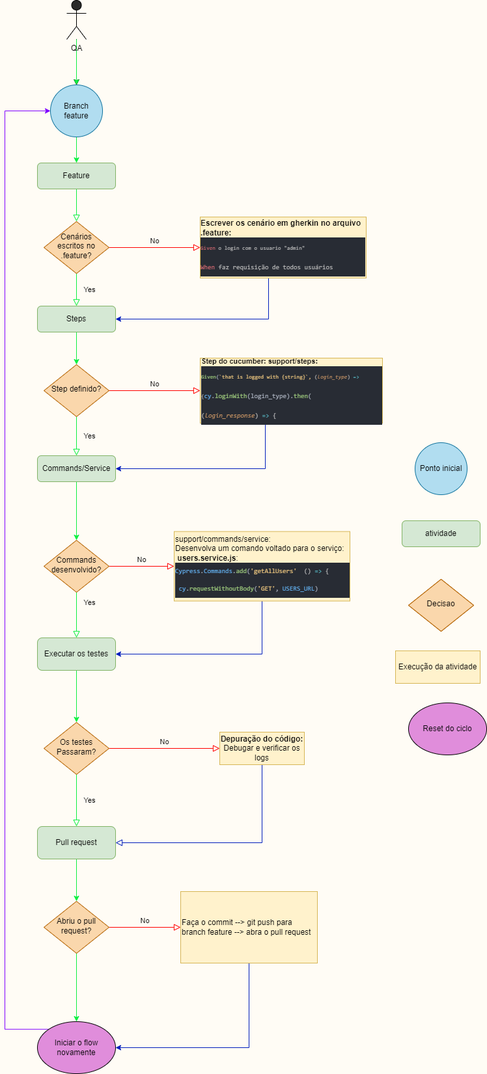
Above: flows/flow_backend.drawio.png in raphaelpalhano/cypress_backend (draw.io), before the change. Source tidied: cells renumbered, new cells last; positions are measured from the earlier drawing's top-left corner, leaving out a move shared by most shapes.
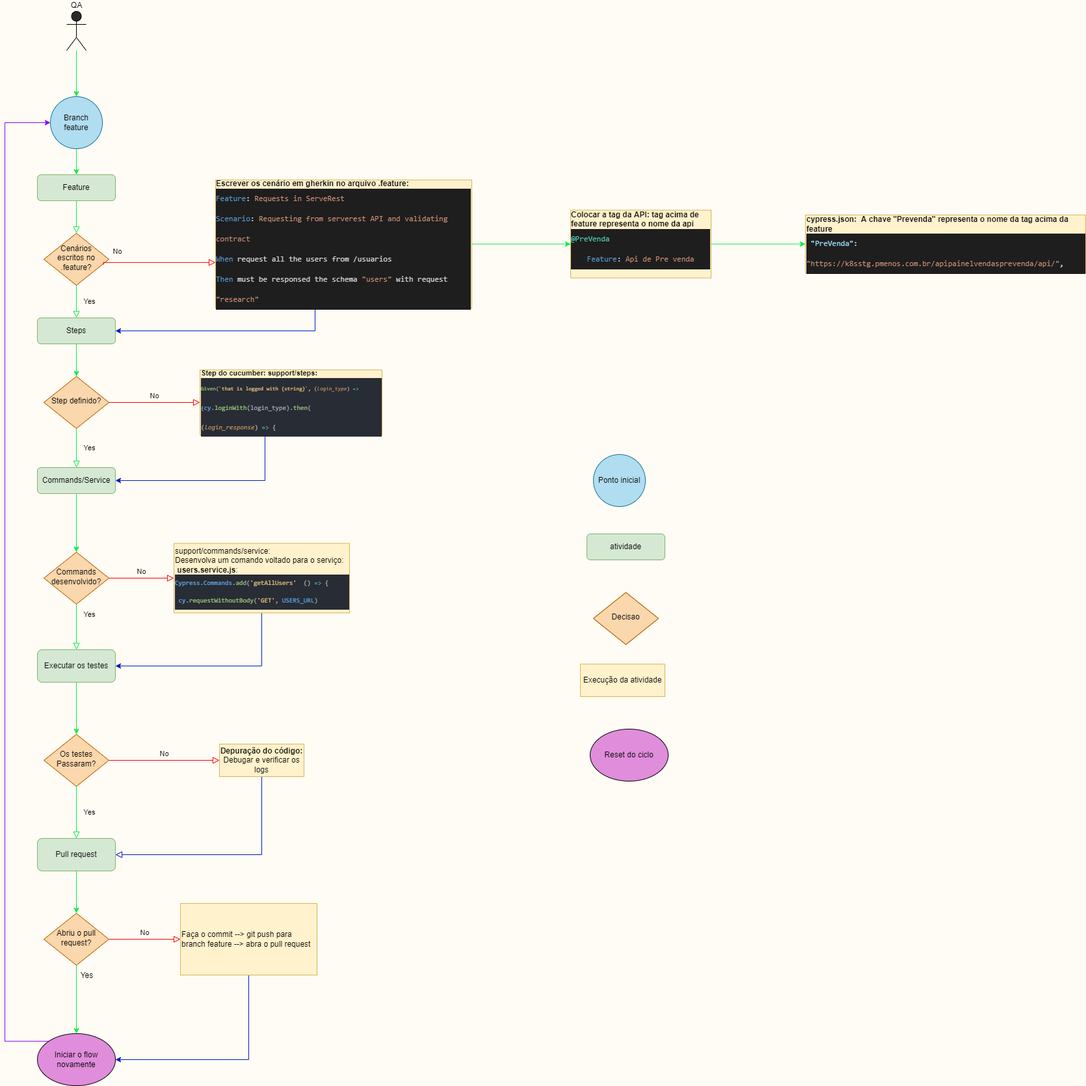
The same diagram one commit later.

Commit message:
atualizando flow

Diff of the diagram source:
```diff
@@ -11,9 +11,6 @@
     <mxCell id="4" value="Yes" style="rounded=0;html=1;jettySize=auto;fontSize=11;endArrow=block;endFill=0;endSize=8;strokeWidth=1;shadow=0;labelBackgroundColor=none;edgeStyle=orthogonalEdgeStyle;fontColor=#000000;entryX=0.5;entryY=0;entryDx=0;entryDy=0;strokeColor=#0EF043;" parent="1" edge="1" source="6" target="10">
       <mxGeometry y="20" relative="1" as="geometry" />
     </mxCell>
-    <mxCell id="5" value="No" style="edgeStyle=orthogonalEdgeStyle;rounded=0;html=1;jettySize=auto;fontSize=11;endArrow=block;endFill=0;endSize=8;strokeWidth=1;shadow=0;labelBackgroundColor=none;entryX=0;entryY=0.5;entryDx=0;entryDy=0;fontColor=#000000;strokeColor=#FF0000;" parent="1" edge="1" source="6" target="43">
-      <mxGeometry y="10" relative="1" as="geometry" />
-    </mxCell>
     <mxCell id="6" value="Cenários escritos no .feature?" style="rhombus;whiteSpace=wrap;html=1;shadow=0;fontFamily=Helvetica;fontSize=12;align=center;strokeWidth=1;spacing=6;spacingTop=-4;fillColor=#fad7ac;strokeColor=#b46504;fontColor=#000000;" parent="1" vertex="1">
       <mxGeometry x="60" y="340" width="100" height="80" as="geometry" />
     </mxCell>
@@ -29,38 +26,20 @@
     <mxCell id="10" value="Steps" style="rounded=1;whiteSpace=wrap;html=1;fontSize=12;glass=0;strokeWidth=1;shadow=0;fillColor=#d5e8d4;strokeColor=#82b366;fontColor=#000000;" parent="1" vertex="1">
       <mxGeometry x="50" y="470" width="120" height="40" as="geometry" />
     </mxCell>
-    <mxCell id="11" style="edgeStyle=orthogonalEdgeStyle;rounded=0;jettySize=auto;html=1;" parent="1" edge="1" source="17" target="8">
-      <mxGeometry relative="1" as="geometry" />
-    </mxCell>
-    <mxCell id="12" style="edgeStyle=orthogonalEdgeStyle;rounded=0;jettySize=auto;html=1;" parent="1" edge="1" source="17" target="8">
-      <mxGeometry relative="1" as="geometry" />
-    </mxCell>
-    <mxCell id="13" style="edgeStyle=orthogonalEdgeStyle;rounded=0;jettySize=auto;html=1;" parent="1" edge="1" source="17" target="8">
-      <mxGeometry relative="1" as="geometry" />
-    </mxCell>
-    <mxCell id="14" style="edgeStyle=orthogonalEdgeStyle;rounded=0;jettySize=auto;html=1;" parent="1" edge="1" source="17" target="8">
-      <mxGeometry relative="1" as="geometry" />
-    </mxCell>
-    <mxCell id="15" style="edgeStyle=orthogonalEdgeStyle;rounded=0;jettySize=auto;html=1;" parent="1" edge="1" source="17" target="8">
-      <mxGeometry relative="1" as="geometry" />
-    </mxCell>
-    <mxCell id="16" style="edgeStyle=orthogonalEdgeStyle;rounded=0;jettySize=auto;html=1;strokeColor=#0EF043;" parent="1" edge="1" source="17" target="8">
-      <mxGeometry relative="1" as="geometry" />
-    </mxCell>
-    <mxCell id="17" value="QA" style="shape=umlActor;verticalLabelPosition=bottom;verticalAlign=top;html=1;outlineConnect=0;fillColor=#2A2A2A;strokeColor=#000000;fontColor=#000000;" parent="1" vertex="1">
-      <mxGeometry x="95" width="30" height="60" as="geometry" />
-    </mxCell>
+    <mxCell id="56" style="edgeStyle=orthogonalEdgeStyle;html=1;fontSize=12;fontColor=#000000;strokeColor=#0EF043;" parent="1" edge="1" source="17" target="8">
+      <mxGeometry relative="1" as="geometry" />
+    </mxCell>
     <mxCell id="18" value="Ponto inicial" style="ellipse;whiteSpace=wrap;html=1;fillColor=#b1ddf0;strokeColor=#10739e;fontColor=#000000;" parent="1" vertex="1">
-      <mxGeometry x="630" y="680" width="80" height="80" as="geometry" />
+      <mxGeometry x="905" y="680" width="80" height="80" as="geometry" />
     </mxCell>
     <mxCell id="19" value="atividade" style="rounded=1;whiteSpace=wrap;html=1;fontSize=12;glass=0;strokeWidth=1;shadow=0;fillColor=#d5e8d4;strokeColor=#82b366;fontColor=#000000;" parent="1" vertex="1">
-      <mxGeometry x="610" y="800" width="120" height="40" as="geometry" />
+      <mxGeometry x="895" y="802" width="120" height="40" as="geometry" />
     </mxCell>
     <mxCell id="20" value="Decisao" style="rhombus;whiteSpace=wrap;html=1;shadow=0;fontFamily=Helvetica;fontSize=12;align=center;strokeWidth=1;spacing=6;spacingTop=-4;fillColor=#fad7ac;strokeColor=#b46504;" parent="1" vertex="1">
-      <mxGeometry x="620" y="890" width="100" height="80" as="geometry" />
+      <mxGeometry x="905" y="892" width="100" height="80" as="geometry" />
     </mxCell>
     <mxCell id="21" value="Execução da atividade" style="rounded=1;whiteSpace=wrap;html=1;fontSize=12;glass=0;strokeWidth=1;shadow=0;fillColor=#fff2cc;strokeColor=#d6b656;arcSize=0;fontColor=#000000;" parent="1" vertex="1">
-      <mxGeometry x="600" y="1000" width="130" height="50" as="geometry" />
+      <mxGeometry x="885" y="1002" width="130" height="50" as="geometry" />
     </mxCell>
     <mxCell id="22" value="Yes" style="rounded=0;html=1;jettySize=auto;fontSize=11;endArrow=block;endFill=0;endSize=8;strokeWidth=1;shadow=0;labelBackgroundColor=none;edgeStyle=orthogonalEdgeStyle;entryX=0.5;entryY=0;entryDx=0;entryDy=0;fontColor=#000000;strokeColor=#0EF043;" parent="1" edge="1" source="24" target="26">
       <mxGeometry y="20" relative="1" as="geometry" />
@@ -126,29 +105,27 @@
     <mxCell id="38" value="Faça o commit --&amp;gt; git push para branch feature --&amp;gt; abra o pull request" style="rounded=1;whiteSpace=wrap;html=1;fontSize=12;glass=0;strokeWidth=1;shadow=0;fillColor=#fff2cc;strokeColor=#d6b656;arcSize=0;align=left;fontColor=#000000;" parent="1" vertex="1">
       <mxGeometry x="270" y="1370" width="210" height="110" as="geometry" />
     </mxCell>
-    <mxCell id="39" style="edgeStyle=orthogonalEdgeStyle;rounded=0;jettySize=auto;html=1;exitX=0.5;exitY=1;exitDx=0;exitDy=0;entryX=0.5;entryY=0;entryDx=0;entryDy=0;strokeColor=#0EF043;" parent="1" edge="1" source="40" target="35">
-      <mxGeometry relative="1" as="geometry">
-        <Array as="points">
-          <mxPoint x="110" y="1570" />
-        </Array>
-      </mxGeometry>
+    <mxCell id="39" style="edgeStyle=none;html=1;exitX=0.5;exitY=1;exitDx=0;exitDy=0;entryX=0.5;entryY=0;entryDx=0;entryDy=0;fontSize=12;strokeColor=#0EF043;" parent="1" edge="1" source="40" target="35">
+      <mxGeometry relative="1" as="geometry" />
     </mxCell>
+    <mxCell id="57" value="Yes" style="edgeLabel;html=1;align=center;verticalAlign=middle;fontSize=12;labelBackgroundColor=none;fontColor=#000000;" parent="39" vertex="1">
+      <mxGeometry x="-0.38" y="4" relative="1" as="geometry">
+        <mxPoint x="11" y="-18" as="offset" />
+      </mxGeometry>
+    </mxCell>
     <mxCell id="40" value="Abriu o pull request?" style="rhombus;whiteSpace=wrap;html=1;shadow=0;fontFamily=Helvetica;fontSize=12;align=center;strokeWidth=1;spacing=6;spacingTop=-4;fillColor=#fad7ac;strokeColor=#b46504;fontColor=#000000;" parent="1" vertex="1">
       <mxGeometry x="60" y="1385" width="100" height="80" as="geometry" />
     </mxCell>
     <mxCell id="41" value="Reset do ciclo" style="ellipse;whiteSpace=wrap;html=1;fillColor=#E08DDB;strokeColor=#000000;" parent="1" vertex="1">
-      <mxGeometry x="620" y="1080" width="120" height="80" as="geometry" />
+      <mxGeometry x="900" y="1102" width="120" height="80" as="geometry" />
     </mxCell>
-    <mxCell id="42" style="edgeStyle=orthogonalEdgeStyle;rounded=0;jettySize=auto;html=1;fontSize=10;entryX=1;entryY=0.5;entryDx=0;entryDy=0;fillColor=#0050ef;strokeColor=#001DBC;" parent="1" edge="1" source="43" target="10">
+    <mxCell id="42" style="edgeStyle=orthogonalEdgeStyle;rounded=0;jettySize=auto;html=1;fontSize=10;entryX=1;entryY=0.5;entryDx=0;entryDy=0;fillColor=#0050ef;strokeColor=#001DBC;exitX=0.5;exitY=1;exitDx=0;exitDy=0;" parent="1" edge="1" source="59" target="10">
       <mxGeometry relative="1" as="geometry">
         <Array as="points">
-          <mxPoint x="405" y="490" />
+          <mxPoint x="477" y="490" />
         </Array>
       </mxGeometry>
     </mxCell>
-    <mxCell id="43" value="&lt;div style=&quot;text-align: left&quot;&gt;&lt;span&gt;&lt;font color=&quot;#000000&quot;&gt;&lt;b&gt;Escrever os cenário em gherkin no arquivo .feature:&lt;/b&gt;&lt;/font&gt;&lt;/span&gt;&lt;/div&gt;&lt;div style=&quot;text-align: left ; font-size: 10px&quot;&gt;&lt;div style=&quot;color: rgb(187 , 187 , 187) ; background-color: rgb(40 , 44 , 52) ; font-family: &amp;#34;consolas&amp;#34; , &amp;#34;courier new&amp;#34; , monospace ; line-height: 27px&quot;&gt;&lt;div&gt;&lt;sub&gt;&lt;span style=&quot;color: #e06c75&quot;&gt;Given &lt;/span&gt;o login com o usuario &quot;admin&quot;&lt;/sub&gt;&lt;/div&gt;&lt;div&gt;&lt;span style=&quot;vertical-align: sub ; color: rgb(224 , 108 , 117)&quot;&gt;When&amp;nbsp;&lt;/span&gt;&lt;span style=&quot;vertical-align: sub&quot;&gt;faz requisição de todos usuários&amp;nbsp;&lt;/span&gt;&lt;/div&gt;&lt;/div&gt;&lt;/div&gt;" style="rounded=1;whiteSpace=wrap;html=1;fontSize=12;glass=0;strokeWidth=1;shadow=0;fillColor=#fff2cc;strokeColor=#d6b656;arcSize=0;" parent="1" vertex="1">
-      <mxGeometry x="300" y="333.1" width="255" height="93.8" as="geometry" />
-    </mxCell>
     <mxCell id="44" style="edgeStyle=orthogonalEdgeStyle;rounded=0;jettySize=auto;html=1;fontSize=10;entryX=1;entryY=0.5;entryDx=0;entryDy=0;fillColor=#0050ef;strokeColor=#001DBC;" parent="1" edge="1" source="45" target="26">
       <mxGeometry relative="1" as="geometry">
         <Array as="points">
@@ -187,7 +164,32 @@
       <mxGeometry x="60" y="1110" width="100" height="80" as="geometry" />
     </mxCell>
     <mxCell id="55" value="Decisao" style="rhombus;whiteSpace=wrap;html=1;shadow=0;fontFamily=Helvetica;fontSize=12;align=center;strokeWidth=1;spacing=6;spacingTop=-4;fillColor=#fad7ac;strokeColor=#b46504;fontColor=#000000;" parent="1" vertex="1">
-      <mxGeometry x="620" y="890" width="100" height="80" as="geometry" />
+      <mxGeometry x="905" y="892" width="100" height="80" as="geometry" />
     </mxCell>
+    <mxCell id="58" style="edgeStyle=orthogonalEdgeStyle;html=1;strokeColor=#0EF043;" parent="1" edge="1" source="59" target="61">
+      <mxGeometry relative="1" as="geometry" />
+    </mxCell>
+    <mxCell id="59" value="&lt;div style=&quot;text-align: left&quot;&gt;&lt;font color=&quot;#000000&quot; style=&quot;font-size: 12px&quot;&gt;&lt;b&gt;Escrever os cenário em gherkin no arquivo .feature:&lt;/b&gt;&lt;/font&gt;&lt;/div&gt;&lt;div style=&quot;text-align: left&quot;&gt;&lt;div style=&quot;color: rgb(187 , 187 , 187) ; background-color: rgb(40 , 44 , 52) ; font-family: &amp;#34;consolas&amp;#34; , &amp;#34;courier new&amp;#34; , monospace ; line-height: 27px&quot;&gt;&lt;div style=&quot;color: rgb(212 , 212 , 212) ; background-color: rgb(30 , 30 , 30) ; font-family: &amp;#34;consolas&amp;#34; , &amp;#34;courier new&amp;#34; , monospace ; line-height: 31px&quot;&gt;&lt;div style=&quot;font-family: &amp;#34;consolas&amp;#34; , &amp;#34;courier new&amp;#34; , monospace ; line-height: 31px&quot;&gt;&lt;div&gt;&lt;span style=&quot;color: #569cd6&quot;&gt;Feature&lt;/span&gt;:&lt;span style=&quot;color: #ce9178&quot;&gt; Requests in ServeRest&lt;/span&gt;&lt;/div&gt;&lt;div&gt;&lt;span style=&quot;color: #569cd6&quot;&gt;Scenario&lt;/span&gt;:&lt;span style=&quot;color: #ce9178&quot;&gt; Requesting from serverest API and validating contract&lt;/span&gt;&lt;/div&gt;&lt;div&gt;&lt;span style=&quot;color: #569cd6&quot;&gt;When &lt;/span&gt;request all the users from /usuarios&lt;/div&gt;&lt;div&gt;&lt;span style=&quot;color: #569cd6&quot;&gt;Then &lt;/span&gt;must be responsed the schema &lt;span style=&quot;color: #ce9178&quot;&gt;&quot;users&quot;&lt;/span&gt; with request &lt;span style=&quot;color: #ce9178&quot;&gt;&quot;research&quot;&lt;/span&gt;&lt;/div&gt;&lt;/div&gt;&lt;/div&gt;&lt;/div&gt;&lt;/div&gt;" style="rounded=1;whiteSpace=wrap;html=1;fontSize=12;glass=0;strokeWidth=1;shadow=0;fillColor=#fff2cc;strokeColor=#d6b656;arcSize=0;" parent="1" vertex="1">
+      <mxGeometry x="324" y="258.1" width="394" height="196.9" as="geometry" />
+    </mxCell>
+    <mxCell id="60" style="edgeStyle=orthogonalEdgeStyle;html=1;fontSize=12;fontColor=#000000;strokeColor=#0EF043;" parent="1" edge="1" source="61" target="62">
+      <mxGeometry relative="1" as="geometry" />
+    </mxCell>
+    <mxCell id="61" value="&lt;div style=&quot;text-align: left&quot;&gt;&lt;span style=&quot;color: rgb(0 , 0 , 0)&quot;&gt;&lt;b&gt;Colocar a tag da API: tag acima de feature representa o nome da api&amp;nbsp;&lt;/b&gt;&lt;/span&gt;&lt;/div&gt;&lt;div style=&quot;color: rgb(212 , 212 , 212) ; background-color: rgb(30 , 30 , 30) ; font-family: &amp;#34;consolas&amp;#34; , &amp;#34;courier new&amp;#34; , monospace ; line-height: 31px&quot;&gt;&lt;div style=&quot;text-align: left&quot;&gt;&lt;span style=&quot;color: #4ec9b0&quot;&gt;&lt;font style=&quot;font-size: 12px&quot;&gt;@PreVenda&lt;/font&gt;&lt;/span&gt;&lt;/div&gt;&lt;div&gt;&lt;font style=&quot;font-size: 12px&quot;&gt;&lt;span style=&quot;color: #569cd6&quot;&gt;Feature&lt;/span&gt;:&lt;span style=&quot;color: #ce9178&quot;&gt; Api de Pre venda&lt;/span&gt;&lt;/font&gt;&lt;/div&gt;&lt;/div&gt;&lt;font color=&quot;#000000&quot; style=&quot;font-size: 12px&quot;&gt;&lt;br&gt;&lt;/font&gt;" style="whiteSpace=wrap;html=1;fillColor=#fff2cc;strokeColor=#d6b656;rounded=1;glass=0;strokeWidth=1;shadow=0;arcSize=0;" parent="1" vertex="1">
+      <mxGeometry x="870" y="304.5" width="216" height="104.1" as="geometry" />
+    </mxCell>
+    <mxCell id="62" value="&lt;span style=&quot;color: rgb(0 , 0 , 0)&quot;&gt;&lt;b&gt;cypress.json:&amp;nbsp; A chave &quot;Prevenda&quot; representa o nome da tag acima da feature&lt;/b&gt;&lt;br&gt;&lt;/span&gt;&lt;div style=&quot;color: rgb(212 , 212 , 212) ; background-color: rgb(30 , 30 , 30) ; font-family: &amp;#34;consolas&amp;#34; , &amp;#34;courier new&amp;#34; , monospace ; line-height: 31px&quot;&gt;&amp;nbsp;&lt;span style=&quot;color: #9cdcfe&quot;&gt;&quot;PreVenda&quot;&lt;/span&gt;: &lt;span style=&quot;color: #ce9178&quot;&gt;&quot;https://k8sstg.pmenos.com.br&lt;/span&gt;&lt;span style=&quot;color: rgb(206 , 145 , 120)&quot;&gt;/apipainelvendasprevenda/api/&quot;&lt;/span&gt;,&lt;/div&gt;" style="whiteSpace=wrap;html=1;fillColor=#fff2cc;strokeColor=#d6b656;rounded=1;glass=0;strokeWidth=1;shadow=0;arcSize=0;align=left;" parent="1" vertex="1">
+      <mxGeometry x="1231" y="311.8" width="431" height="89.5" as="geometry" />
+    </mxCell>
+    <mxCell id="5" value="No" style="edgeStyle=orthogonalEdgeStyle;rounded=0;html=1;jettySize=auto;fontSize=11;endArrow=block;endFill=0;endSize=8;strokeWidth=1;shadow=0;labelBackgroundColor=none;entryX=0;entryY=0.644;entryDx=0;entryDy=0;fontColor=#000000;strokeColor=#FF0000;entryPerimeter=0;exitX=0.915;exitY=0.599;exitDx=0;exitDy=0;exitPerimeter=0;" parent="1" edge="1" source="6" target="59">
+      <mxGeometry x="-0.72" y="17" relative="1" as="geometry">
+        <Array as="points">
+          <mxPoint x="152" y="385" />
+        </Array>
+      </mxGeometry>
+    </mxCell>
+    <mxCell id="17" value="QA" style="shape=umlActor;verticalLabelPosition=top;verticalAlign=bottom;html=1;outlineConnect=0;fillColor=#2A2A2A;strokeColor=#000000;fontColor=#000000;horizontal=1;align=center;direction=east;labelPosition=center;" parent="1" vertex="1">
+      <mxGeometry x="95" y="-1" width="30" height="60" as="geometry" />
+    </mxCell>
   </root>
 </mxGraphModel>
```
